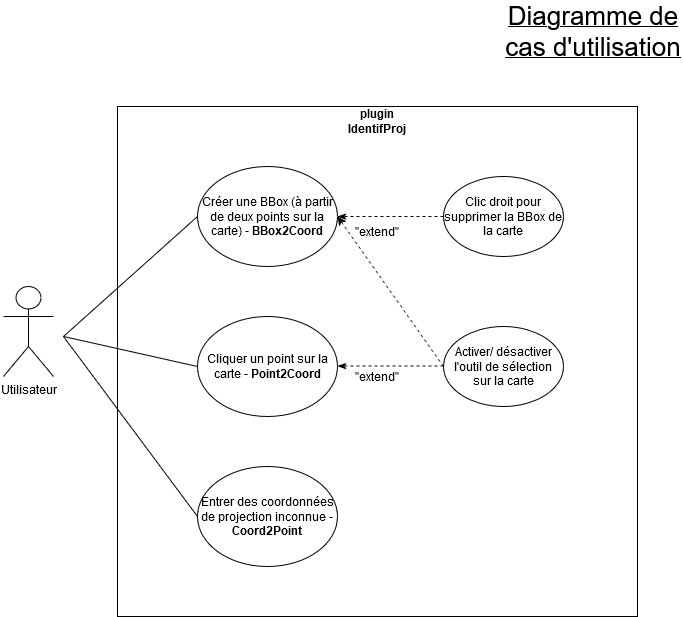
Before: diag_UseCases.png, a diagram exported from draw.io (leonielrx/ProjetInfo_DoGeo). Source tidied: cells renumbered, new cells last; positions are measured from the earlier drawing's top-left corner, leaving out a move shared by most shapes.
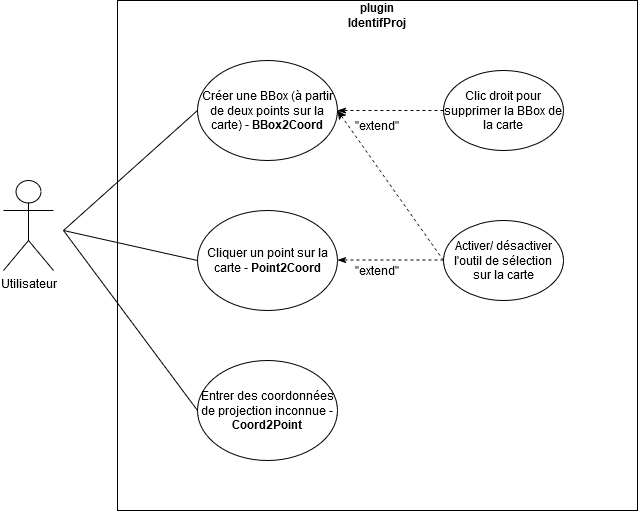
After the change.

Commit message:
Mettre à jour diag_UseCases.png

The edit, as a diff of the source:
```diff
@@ -53,9 +53,6 @@
         <mxPoint x="60" y="320" as="sourcePoint" />
       </mxGeometry>
     </mxCell>
-    <mxCell id="16" value="&lt;u&gt;&lt;font style=&quot;font-size: 26px;&quot;&gt;Diagramme de cas d'utilisation&lt;/font&gt;&lt;/u&gt;" style="text;html=1;align=center;verticalAlign=middle;whiteSpace=wrap;rounded=0;" parent="1" vertex="1">
-      <mxGeometry x="500" width="180" height="30" as="geometry" />
-    </mxCell>
     <mxCell id="17" value="Clic droit pour supprimer la BBox de la carte" style="ellipse;whiteSpace=wrap;html=1;" parent="1" vertex="1">
       <mxGeometry x="440" y="160" width="120" height="80" as="geometry" />
     </mxCell>
```
